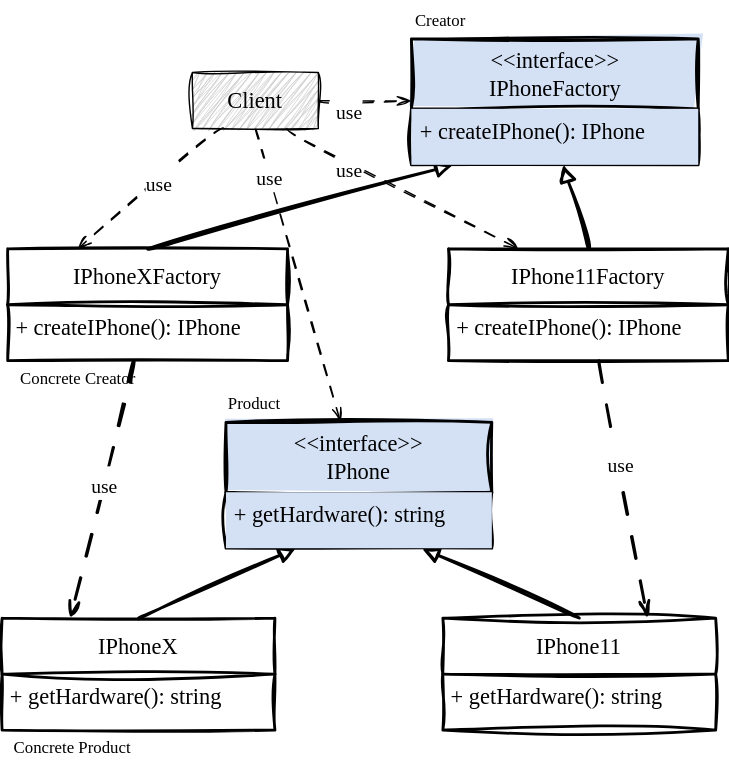
Earlier version of the draw.io export src/creational/factory-method/factory-method-diagram.svg (marcusviniciusfa/padroes-de-projeto-em-typescript). Source tidied: cells renumbered, new cells last; positions are measured from the earlier drawing's top-left corner, leaving out a move shared by most shapes.
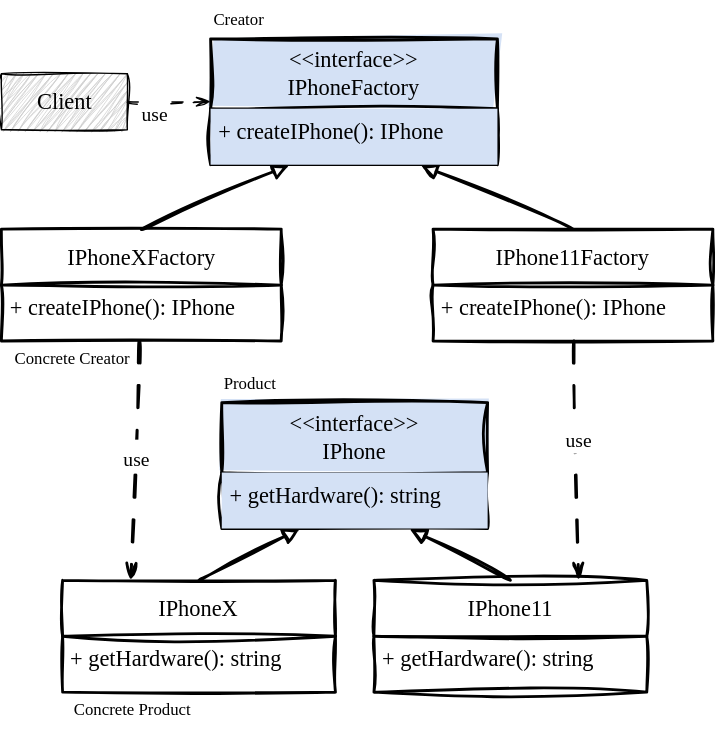
Later version of the same file.

Commit message:
docs: add abstract factory

Change to the diagram source:
```diff
@@ -2,10 +2,10 @@
   <root>
     <mxCell id="0" />
     <mxCell id="1" parent="0" />
-    <mxCell id="2" style="edgeStyle=none;curved=1;rounded=0;sketch=1;hachureGap=4;jiggle=2;curveFitting=1;jettySize=auto;html=1;exitX=0.5;exitY=0;exitDx=0;exitDy=0;fontFamily=Comic Sans MS;fontSize=16;startSize=8;endSize=8;endArrow=block;endFill=0;strokeWidth=2;" parent="1" edge="1" source="37" target="25">
+    <mxCell id="2" style="edgeStyle=none;curved=1;rounded=0;sketch=1;hachureGap=4;jiggle=2;curveFitting=1;jettySize=auto;html=1;exitX=0.5;exitY=0;exitDx=0;exitDy=0;fontFamily=Comic Sans MS;fontSize=16;startSize=8;endSize=8;endArrow=block;endFill=0;strokeWidth=2;" parent="1" edge="1" source="31" target="25">
       <mxGeometry relative="1" as="geometry" />
     </mxCell>
-    <mxCell id="3" style="edgeStyle=none;curved=1;rounded=0;sketch=1;hachureGap=4;jiggle=2;curveFitting=1;jettySize=auto;html=1;fontFamily=Architects Daughter;fontSource=https%3A%2F%2Ffonts.googleapis.com%2Fcss%3Ffamily%3DArchitects%2BDaughter;fontSize=16;startSize=8;endSize=8;endArrow=openThin;endFill=0;dashed=1;dashPattern=8 8;entryX=0.25;entryY=0;entryDx=0;entryDy=0;strokeWidth=2;" parent="1" edge="1" source="37" target="19">
+    <mxCell id="3" style="edgeStyle=none;curved=1;rounded=0;sketch=1;hachureGap=4;jiggle=2;curveFitting=1;jettySize=auto;html=1;fontFamily=Architects Daughter;fontSource=https%3A%2F%2Ffonts.googleapis.com%2Fcss%3Ffamily%3DArchitects%2BDaughter;fontSize=16;startSize=8;endSize=8;endArrow=openThin;endFill=0;dashed=1;dashPattern=8 8;entryX=0.25;entryY=0;entryDx=0;entryDy=0;strokeWidth=2;" parent="1" edge="1" source="31" target="19">
       <mxGeometry relative="1" as="geometry" />
     </mxCell>
     <mxCell id="4" value="&lt;font style=&quot;font-size: 14px;&quot; face=&quot;Comic Sans MS&quot;&gt;use&lt;/font&gt;" style="edgeLabel;html=1;align=center;verticalAlign=middle;fontSize=20;fontFamily=Architects Daughter;" parent="3" vertex="1">
@@ -21,7 +21,7 @@
       <mxGeometry x="-0.22" y="1" relative="1" as="geometry" />
     </mxCell>
     <mxCell id="8" value="IPhone11Factory" style="swimlane;fontStyle=0;horizontal=1;startSize=40;fillColor=none;whiteSpace=wrap;html=1;hachureGap=4;fontFamily=Comic Sans MS;fontSize=16;strokeColor=default;fontColor=#000000;labelBorderColor=none;labelBackgroundColor=none;swimlaneFillColor=none;shadow=0;sketch=1;curveFitting=1;jiggle=2;strokeWidth=2;" parent="1" vertex="1">
-      <mxGeometry x="319" y="176" width="200" height="80" as="geometry" />
+      <mxGeometry x="316" y="176" width="200" height="80" as="geometry" />
     </mxCell>
     <mxCell id="9" value="+ createIPhone(): IPhone" style="text;strokeColor=none;fillColor=none;align=left;verticalAlign=top;spacingLeft=4;spacingRight=4;overflow=hidden;whiteSpace=wrap;html=1;fontSize=16;fontFamily=Comic Sans MS;fontColor=#000000;labelBorderColor=none;labelBackgroundColor=none;swimlaneFillColor=none;shadow=0;strokeWidth=2;" parent="8" vertex="1">
       <mxGeometry y="40" width="200" height="40" as="geometry" />
@@ -33,13 +33,13 @@
       <mxGeometry relative="1" as="geometry" />
     </mxCell>
     <mxCell id="12" value="IPhone11" style="swimlane;fontStyle=0;horizontal=1;startSize=40;fillColor=none;whiteSpace=wrap;html=1;hachureGap=4;fontFamily=Comic Sans MS;fontSize=16;strokeColor=default;fontColor=#000000;labelBorderColor=none;labelBackgroundColor=none;swimlaneFillColor=none;shadow=0;sketch=1;curveFitting=1;jiggle=2;strokeWidth=2;" parent="1" vertex="1">
-      <mxGeometry x="315" y="440" width="195" height="80" as="geometry" />
+      <mxGeometry x="273.8" y="427" width="195" height="80" as="geometry" />
     </mxCell>
     <mxCell id="13" value="+ getHardware(): string" style="text;strokeColor=none;fillColor=none;align=left;verticalAlign=top;spacingLeft=4;spacingRight=4;overflow=hidden;whiteSpace=wrap;html=1;fontSize=16;fontFamily=Comic Sans MS;fontColor=#000000;labelBorderColor=none;labelBackgroundColor=none;swimlaneFillColor=none;shadow=0;strokeWidth=2;" parent="12" vertex="1">
       <mxGeometry y="40" width="195" height="40" as="geometry" />
     </mxCell>
     <mxCell id="14" style="group;strokeColor=none;fillColor=none;rounded=0;glass=0;shadow=0;strokeWidth=2;" parent="1" vertex="1">
-      <mxGeometry x="160" y="274" width="190" height="116" as="geometry" />
+      <mxGeometry x="165" y="274" width="190" height="116" as="geometry" />
     </mxCell>
     <mxCell id="15" value="&amp;lt;&amp;lt;interface&amp;gt;&amp;gt;&lt;br style=&quot;font-size: 16px;&quot;&gt;IPhone" style="swimlane;fontStyle=0;horizontal=1;startSize=50;fillColor=#D4E1F5;hachureGap=4;fontFamily=Comic Sans MS;fontSize=16;strokeColor=default;fontColor=#000000;labelBorderColor=none;labelBackgroundColor=none;swimlaneFillColor=none;shadow=0;html=1;whiteSpace=wrap;align=center;fillStyle=solid;sketch=1;curveFitting=1;jiggle=2;rounded=0;glass=0;swimlaneLine=1;strokeWidth=2;" parent="14" vertex="1">
       <mxGeometry y="26" width="190" height="90" as="geometry" />
@@ -51,7 +51,7 @@
       <mxGeometry width="40" height="26" as="geometry" />
     </mxCell>
     <mxCell id="18" style="group;strokeWidth=2;" parent="1" vertex="1">
-      <mxGeometry y="440" width="195" height="106" as="geometry" />
+      <mxGeometry x="51.2" y="427" width="195" height="106" as="geometry" />
     </mxCell>
     <mxCell id="19" value="IPhoneX" style="swimlane;fontStyle=0;horizontal=1;startSize=40;fillColor=none;whiteSpace=wrap;html=1;hachureGap=4;fontFamily=Comic Sans MS;fontSize=16;strokeColor=default;fontColor=#000000;labelBorderColor=none;labelBackgroundColor=none;swimlaneFillColor=none;shadow=0;sketch=1;curveFitting=1;jiggle=2;strokeWidth=2;" parent="18" vertex="1">
       <mxGeometry width="195" height="80" as="geometry" />
@@ -66,7 +66,7 @@
       <mxGeometry relative="1" as="geometry" />
     </mxCell>
     <mxCell id="23" style="group;strokeWidth=2;" parent="1" vertex="1">
-      <mxGeometry x="292.5" width="205" height="116" as="geometry" />
+      <mxGeometry x="157" y="14" width="205" height="116" as="geometry" />
     </mxCell>
     <mxCell id="24" value="&amp;lt;&amp;lt;interface&amp;gt;&amp;gt;&lt;br style=&quot;font-size: 16px;&quot;&gt;IPhoneFactory" style="swimlane;fontStyle=0;horizontal=1;startSize=50;fillColor=#D4E1F5;hachureGap=4;fontFamily=Comic Sans MS;fontSize=16;strokeColor=default;fontColor=#000000;labelBorderColor=none;labelBackgroundColor=none;swimlaneFillColor=none;shadow=0;sketch=1;curveFitting=1;jiggle=2;html=1;whiteSpace=wrap;align=center;fillStyle=solid;strokeWidth=2;" parent="23" vertex="1">
       <mxGeometry y="26" width="205" height="90" as="geometry" />
@@ -77,49 +77,29 @@
     <mxCell id="26" value="&lt;span style=&quot;font-weight: 400; font-size: 12px;&quot;&gt;Creator&lt;/span&gt;" style="text;align=center;fontStyle=1;verticalAlign=middle;spacingLeft=3;spacingRight=3;strokeColor=none;html=1;fontSize=12;fontFamily=Comic Sans MS;strokeWidth=2;" parent="23" vertex="1">
       <mxGeometry width="40" height="26" as="geometry" />
     </mxCell>
-    <mxCell id="27" style="edgeStyle=none;curved=1;rounded=0;sketch=1;hachureGap=4;jiggle=2;curveFitting=1;jettySize=auto;html=1;exitX=1;exitY=0.5;exitDx=0;exitDy=0;fontFamily=Architects Daughter;fontSource=https%3A%2F%2Ffonts.googleapis.com%2Fcss%3Ffamily%3DArchitects%2BDaughter;fontSize=16;startSize=8;endSize=8;endArrow=openThin;endFill=0;dashed=1;dashPattern=8 8;" parent="1" edge="1" source="35" target="24">
+    <mxCell id="27" style="edgeStyle=none;curved=1;rounded=0;sketch=1;hachureGap=4;jiggle=2;curveFitting=1;jettySize=auto;html=1;exitX=1;exitY=0.5;exitDx=0;exitDy=0;fontFamily=Architects Daughter;fontSource=https%3A%2F%2Ffonts.googleapis.com%2Fcss%3Ffamily%3DArchitects%2BDaughter;fontSize=16;startSize=8;endSize=8;endArrow=openThin;endFill=0;dashed=1;dashPattern=8 8;" parent="1" edge="1" source="29" target="24">
       <mxGeometry relative="1" as="geometry" />
     </mxCell>
     <mxCell id="28" value="&lt;font style=&quot;font-size: 14px;&quot; face=&quot;Comic Sans MS&quot;&gt;use&lt;/font&gt;" style="edgeLabel;html=1;align=center;verticalAlign=middle;fontSize=20;fontFamily=Architects Daughter;" parent="27" vertex="1">
       <mxGeometry x="-0.35" y="-5" relative="1" as="geometry" />
     </mxCell>
-    <mxCell id="29" style="edgeStyle=none;curved=1;rounded=0;sketch=1;hachureGap=4;jiggle=2;curveFitting=1;jettySize=auto;html=1;exitX=0.75;exitY=1;exitDx=0;exitDy=0;entryX=0.25;entryY=0;entryDx=0;entryDy=0;fontFamily=Architects Daughter;fontSource=https%3A%2F%2Ffonts.googleapis.com%2Fcss%3Ffamily%3DArchitects%2BDaughter;fontSize=16;startSize=8;endSize=8;dashed=1;dashPattern=8 8;endArrow=openThin;endFill=0;" parent="1" edge="1" source="35" target="8">
-      <mxGeometry relative="1" as="geometry" />
+    <mxCell id="29" value="Client" style="html=1;whiteSpace=wrap;sketch=1;hachureGap=4;jiggle=2;curveFitting=1;fontFamily=Comic Sans MS;fontSize=16;fillColor=#CCCCCC;fillStyle=zigzag;" parent="1" vertex="1">
+      <mxGeometry x="7.5" y="65" width="90" height="40" as="geometry" />
     </mxCell>
-    <mxCell id="30" value="&lt;font style=&quot;font-size: 14px;&quot; face=&quot;Comic Sans MS&quot;&gt;use&lt;/font&gt;" style="edgeLabel;html=1;align=center;verticalAlign=middle;fontSize=20;fontFamily=Architects Daughter;" parent="29" vertex="1">
-      <mxGeometry x="-0.45" y="-3" relative="1" as="geometry" />
+    <mxCell id="30" style="group;" parent="1" vertex="1">
+      <mxGeometry x="7.5" y="176" width="200" height="106" as="geometry" />
     </mxCell>
-    <mxCell id="31" style="edgeStyle=none;curved=1;rounded=0;sketch=1;hachureGap=4;jiggle=2;curveFitting=1;jettySize=auto;html=1;exitX=0.25;exitY=1;exitDx=0;exitDy=0;entryX=0.25;entryY=0;entryDx=0;entryDy=0;fontFamily=Architects Daughter;fontSource=https%3A%2F%2Ffonts.googleapis.com%2Fcss%3Ffamily%3DArchitects%2BDaughter;fontSize=16;startSize=8;endSize=8;dashed=1;dashPattern=8 8;endArrow=openThin;endFill=0;" parent="1" edge="1" source="35" target="37">
-      <mxGeometry relative="1" as="geometry" />
+    <mxCell id="31" value="IPhoneXFactory" style="swimlane;fontStyle=0;horizontal=1;startSize=40;fillColor=none;whiteSpace=wrap;html=1;hachureGap=4;fontFamily=Comic Sans MS;fontSize=16;strokeColor=default;fontColor=#000000;labelBorderColor=none;labelBackgroundColor=none;swimlaneFillColor=none;shadow=0;sketch=1;curveFitting=1;jiggle=2;strokeWidth=2;" parent="30" vertex="1">
+      <mxGeometry width="200" height="80" as="geometry" />
     </mxCell>
-    <mxCell id="32" value="&lt;font face=&quot;Comic Sans MS&quot; style=&quot;font-size: 14px;&quot;&gt;use&lt;/font&gt;" style="edgeLabel;html=1;align=center;verticalAlign=middle;fontSize=20;fontFamily=Architects Daughter;" parent="31" vertex="1">
-      <mxGeometry x="-0.14" y="-1" relative="1" as="geometry">
-        <mxPoint x="-1" as="offset" />
-      </mxGeometry>
+    <mxCell id="32" value="+ createIPhone(): IPhone" style="text;strokeColor=none;fillColor=none;align=left;verticalAlign=top;spacingLeft=4;spacingRight=4;overflow=hidden;whiteSpace=wrap;html=1;fontSize=16;fontFamily=Comic Sans MS;fontColor=#000000;labelBorderColor=none;labelBackgroundColor=none;swimlaneFillColor=none;shadow=0;strokeWidth=2;" parent="31" vertex="1">
+      <mxGeometry y="40" width="200" height="40" as="geometry" />
     </mxCell>
-    <mxCell id="33" style="edgeStyle=none;curved=1;rounded=0;sketch=1;hachureGap=4;jiggle=2;curveFitting=1;jettySize=auto;html=1;exitX=0.5;exitY=1;exitDx=0;exitDy=0;fontFamily=Architects Daughter;fontSource=https%3A%2F%2Ffonts.googleapis.com%2Fcss%3Ffamily%3DArchitects%2BDaughter;fontSize=16;startSize=8;endSize=8;dashed=1;dashPattern=8 8;endArrow=openThin;endFill=0;" parent="1" edge="1" source="35" target="15">
-      <mxGeometry relative="1" as="geometry" />
+    <mxCell id="33" value="&lt;span style=&quot;font-weight: 400; font-size: 12px;&quot;&gt;Concrete Creator&lt;/span&gt;" style="text;align=center;fontStyle=1;verticalAlign=middle;spacingLeft=3;spacingRight=3;strokeColor=none;html=1;fontSize=12;fontFamily=Comic Sans MS;strokeWidth=2;" parent="30" vertex="1">
+      <mxGeometry y="80" width="100" height="26" as="geometry" />
     </mxCell>
-    <mxCell id="34" value="&lt;font face=&quot;Comic Sans MS&quot; style=&quot;font-size: 14px;&quot;&gt;use&lt;/font&gt;" style="edgeLabel;html=1;align=center;verticalAlign=middle;fontSize=20;fontFamily=Architects Daughter;" parent="33" vertex="1">
-      <mxGeometry x="-0.69" relative="1" as="geometry" />
+    <mxCell id="34" style="edgeStyle=none;curved=1;rounded=0;sketch=1;hachureGap=4;jiggle=2;curveFitting=1;orthogonalLoop=1;jettySize=auto;html=1;exitX=1;exitY=0.5;exitDx=0;exitDy=0;fontFamily=Comic Sans MS;fontSize=16;startSize=8;endSize=8;strokeWidth=2;" parent="30" edge="1" source="31" target="31">
+      <mxGeometry relative="1" as="geometry" />
     </mxCell>
-    <mxCell id="35" value="Client" style="html=1;whiteSpace=wrap;sketch=1;hachureGap=4;jiggle=2;curveFitting=1;fontFamily=Comic Sans MS;fontSize=16;fillColor=#CCCCCC;fillStyle=zigzag;" parent="1" vertex="1">
-      <mxGeometry x="136" y="50" width="90" height="40" as="geometry" />
-    </mxCell>
-    <mxCell id="36" style="group;" parent="1" vertex="1">
-      <mxGeometry x="4" y="176" width="200" height="106" as="geometry" />
-    </mxCell>
-    <mxCell id="37" value="IPhoneXFactory" style="swimlane;fontStyle=0;horizontal=1;startSize=40;fillColor=none;whiteSpace=wrap;html=1;hachureGap=4;fontFamily=Comic Sans MS;fontSize=16;strokeColor=default;fontColor=#000000;labelBorderColor=none;labelBackgroundColor=none;swimlaneFillColor=none;shadow=0;sketch=1;curveFitting=1;jiggle=2;strokeWidth=2;" parent="36" vertex="1">
-      <mxGeometry width="200" height="80" as="geometry" />
-    </mxCell>
-    <mxCell id="38" value="+ createIPhone(): IPhone" style="text;strokeColor=none;fillColor=none;align=left;verticalAlign=top;spacingLeft=4;spacingRight=4;overflow=hidden;whiteSpace=wrap;html=1;fontSize=16;fontFamily=Comic Sans MS;fontColor=#000000;labelBorderColor=none;labelBackgroundColor=none;swimlaneFillColor=none;shadow=0;strokeWidth=2;" parent="37" vertex="1">
-      <mxGeometry y="40" width="200" height="40" as="geometry" />
-    </mxCell>
-    <mxCell id="39" value="&lt;span style=&quot;font-weight: 400; font-size: 12px;&quot;&gt;Concrete Creator&lt;/span&gt;" style="text;align=center;fontStyle=1;verticalAlign=middle;spacingLeft=3;spacingRight=3;strokeColor=none;html=1;fontSize=12;fontFamily=Comic Sans MS;strokeWidth=2;" parent="36" vertex="1">
-      <mxGeometry y="80" width="100" height="26" as="geometry" />
-    </mxCell>
-    <mxCell id="40" style="edgeStyle=none;curved=1;rounded=0;sketch=1;hachureGap=4;jiggle=2;curveFitting=1;orthogonalLoop=1;jettySize=auto;html=1;exitX=1;exitY=0.5;exitDx=0;exitDy=0;fontFamily=Comic Sans MS;fontSize=16;startSize=8;endSize=8;strokeWidth=2;" parent="36" edge="1" source="37" target="37">
-      <mxGeometry relative="1" as="geometry" />
-    </mxCell>
   </root>
 </mxGraphModel>
```
